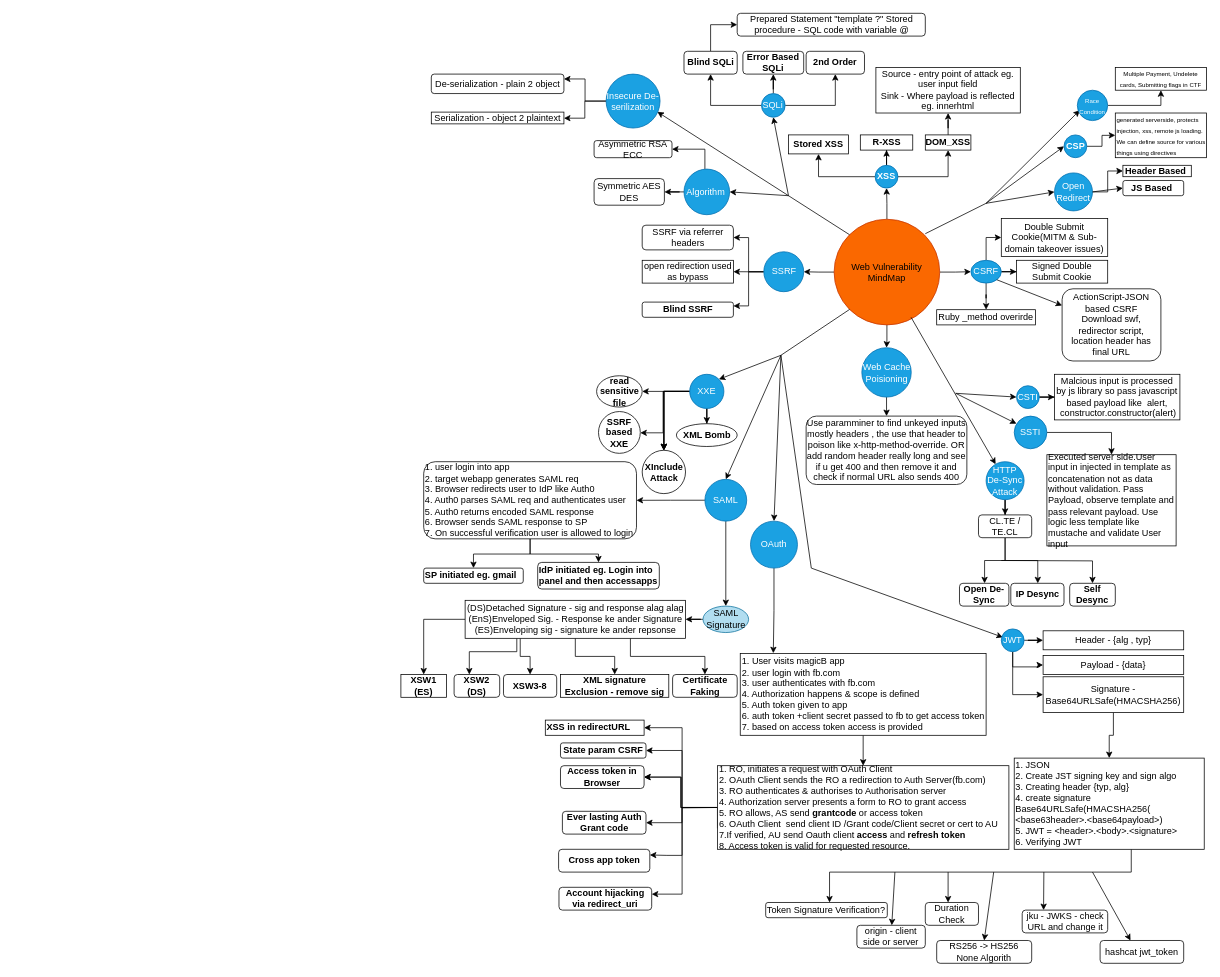
Earlier version of the draw.io diagram vulns.drawio (mkpmanish/bounty). Source tidied: cells renumbered, new cells numbered last; positions are measured from the earlier drawing's top-left corner, leaving out a move shared by most shapes. Both pictures are drawn from the tidied source at 76%, with x=0, y=0 at pixel (401, 13).
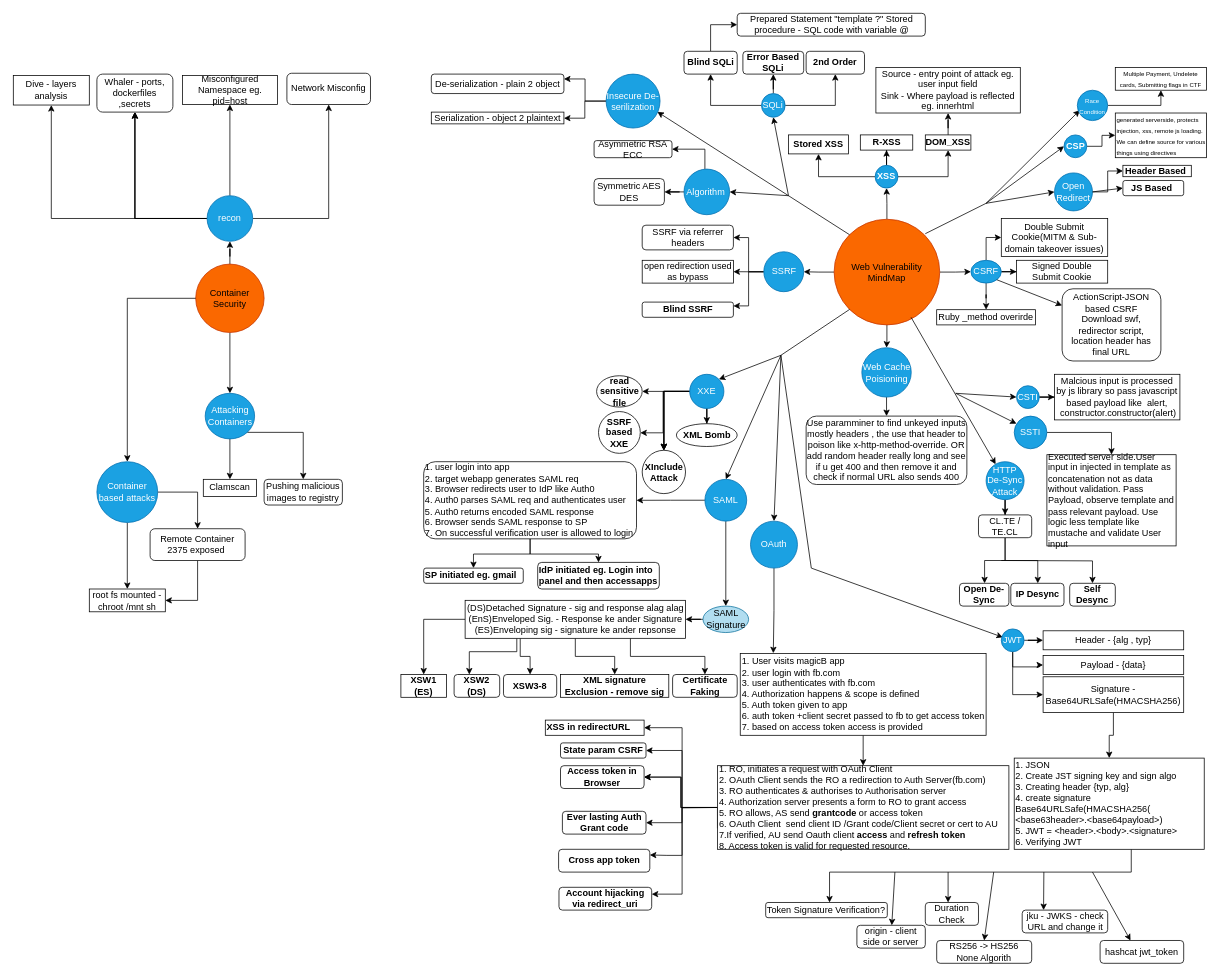
The same page after the edit.

Commit message:
container sUpdate vulns.drawio

The edit, as a diff of the source:
```diff
@@
+    <mxCell id="165" style="edgeStyle=orthogonalEdgeStyle;rounded=0;jettySize=auto;html=1;" parent="1" edge="1" source="167" target="174">
+      <mxGeometry relative="1" as="geometry" />
+    </mxCell>
+    <mxCell id="166" style="edgeStyle=orthogonalEdgeStyle;rounded=0;jettySize=auto;html=1;" parent="1" edge="1" source="167" target="182">
+      <mxGeometry relative="1" as="geometry" />
+    </mxCell>
+    <mxCell id="167" value="Container Security" style="ellipse;whiteSpace=wrap;html=1;fillColor=#fa6800;fontColor=#000000;strokeColor=#C73500;" parent="1" vertex="1">
+      <mxGeometry x="-270" y="330" width="90" height="90" as="geometry" />
+    </mxCell>
+    <mxCell id="168" style="edgeStyle=orthogonalEdgeStyle;rounded=0;jettySize=auto;html=1;" parent="1" edge="1" source="174" target="175">
+      <mxGeometry relative="1" as="geometry" />
+    </mxCell>
+    <mxCell id="169" style="edgeStyle=orthogonalEdgeStyle;rounded=0;jettySize=auto;html=1;entryX=0.5;entryY=1;entryDx=0;entryDy=0;" parent="1" edge="1" source="174" target="176">
+      <mxGeometry relative="1" as="geometry" />
+    </mxCell>
+    <mxCell id="170" style="edgeStyle=orthogonalEdgeStyle;rounded=0;jettySize=auto;html=1;" parent="1" edge="1" source="174" target="176">
+      <mxGeometry relative="1" as="geometry" />
+    </mxCell>
+    <mxCell id="171" style="edgeStyle=orthogonalEdgeStyle;rounded=0;jettySize=auto;html=1;" parent="1" edge="1" source="174" target="176">
+      <mxGeometry relative="1" as="geometry" />
+    </mxCell>
+    <mxCell id="172" style="edgeStyle=orthogonalEdgeStyle;rounded=0;jettySize=auto;html=1;" parent="1" edge="1" source="174" target="177">
+      <mxGeometry relative="1" as="geometry" />
+    </mxCell>
+    <mxCell id="173" style="edgeStyle=orthogonalEdgeStyle;rounded=0;jettySize=auto;html=1;entryX=0.5;entryY=1;entryDx=0;entryDy=0;" parent="1" edge="1" source="174" target="178">
+      <mxGeometry relative="1" as="geometry" />
+    </mxCell>
+    <mxCell id="174" value="recon" style="ellipse;whiteSpace=wrap;html=1;fillColor=#1ba1e2;fontColor=#ffffff;strokeColor=#006EAF;" parent="1" vertex="1">
+      <mxGeometry x="-255" y="240" width="60" height="60" as="geometry" />
+    </mxCell>
+    <mxCell id="175" value="Dive - layers analysis" style="whiteSpace=wrap;html=1;" parent="1" vertex="1">
+      <mxGeometry x="-510" y="81.8" width="100" height="38.9" as="geometry" />
+    </mxCell>
+    <mxCell id="176" value="Whaler - ports, dockerfiles ,secrets" style="rounded=1;whiteSpace=wrap;html=1;" parent="1" vertex="1">
+      <mxGeometry x="-400" y="80" width="100" height="50" as="geometry" />
+    </mxCell>
+    <mxCell id="177" value="Misconfigured Namespace eg. pid=host" style="whiteSpace=wrap;html=1;" parent="1" vertex="1">
+      <mxGeometry x="-287.5" y="81.8" width="125" height="38.2" as="geometry" />
+    </mxCell>
+    <mxCell id="178" value="Network Misconfig" style="rounded=1;whiteSpace=wrap;html=1;" parent="1" vertex="1">
+      <mxGeometry x="-150" y="78.9" width="110" height="41.1" as="geometry" />
+    </mxCell>
+    <mxCell id="179" style="edgeStyle=orthogonalEdgeStyle;rounded=0;jettySize=auto;html=1;" parent="1" edge="1" source="182" target="183">
+      <mxGeometry relative="1" as="geometry" />
+    </mxCell>
+    <mxCell id="180" style="edgeStyle=orthogonalEdgeStyle;rounded=0;jettySize=auto;html=1;exitX=1;exitY=1;exitDx=0;exitDy=0;entryX=0.5;entryY=0;entryDx=0;entryDy=0;" parent="1" edge="1" source="182" target="184">
+      <mxGeometry relative="1" as="geometry" />
+    </mxCell>
+    <mxCell id="181" style="edgeStyle=orthogonalEdgeStyle;rounded=0;jettySize=auto;html=1;exitX=0;exitY=0.5;exitDx=0;exitDy=0;" parent="1" edge="1" source="167" target="187">
+      <mxGeometry relative="1" as="geometry" />
+    </mxCell>
+    <mxCell id="182" value="Attacking Containers" style="ellipse;whiteSpace=wrap;html=1;fillColor=#1ba1e2;strokeColor=#006EAF;fontColor=#ffffff;" parent="1" vertex="1">
+      <mxGeometry x="-257.5" y="500" width="65" height="60" as="geometry" />
+    </mxCell>
+    <mxCell id="183" value="Clamscan" style="whiteSpace=wrap;html=1;" parent="1" vertex="1">
+      <mxGeometry x="-260" y="613.2" width="70" height="22.5" as="geometry" />
+    </mxCell>
+    <mxCell id="184" value="Pushing malicious images to registry" style="rounded=1;whiteSpace=wrap;html=1;" parent="1" vertex="1">
+      <mxGeometry x="-180" y="613.2" width="103" height="33.8" as="geometry" />
+    </mxCell>
+    <mxCell id="185" style="edgeStyle=orthogonalEdgeStyle;rounded=0;jettySize=auto;html=1;" parent="1" edge="1" source="187" target="188">
+      <mxGeometry relative="1" as="geometry" />
+    </mxCell>
+    <mxCell id="186" style="edgeStyle=orthogonalEdgeStyle;rounded=0;jettySize=auto;html=1;exitX=1;exitY=0.5;exitDx=0;exitDy=0;" parent="1" edge="1" source="187" target="190">
+      <mxGeometry relative="1" as="geometry" />
+    </mxCell>
+    <mxCell id="187" value="Container based attacks" style="ellipse;whiteSpace=wrap;html=1;fillColor=#1ba1e2;strokeColor=#006EAF;fontColor=#ffffff;" parent="1" vertex="1">
+      <mxGeometry x="-400" y="590" width="80" height="80" as="geometry" />
+    </mxCell>
+    <mxCell id="188" value="root fs mounted - chroot /mnt sh" style="whiteSpace=wrap;html=1;" parent="1" vertex="1">
+      <mxGeometry x="-410" y="757.5" width="100" height="30" as="geometry" />
+    </mxCell>
+    <mxCell id="189" style="edgeStyle=orthogonalEdgeStyle;rounded=0;jettySize=auto;html=1;entryX=1;entryY=0.5;entryDx=0;entryDy=0;" parent="1" edge="1" source="190" target="188">
+      <mxGeometry relative="1" as="geometry" />
+    </mxCell>
+    <mxCell id="190" value="Remote Container 2375 exposed&amp;nbsp;" style="rounded=1;whiteSpace=wrap;html=1;" parent="1" vertex="1">
+      <mxGeometry x="-330" y="678.2" width="125" height="41.8" as="geometry" />
+    </mxCell>
```
